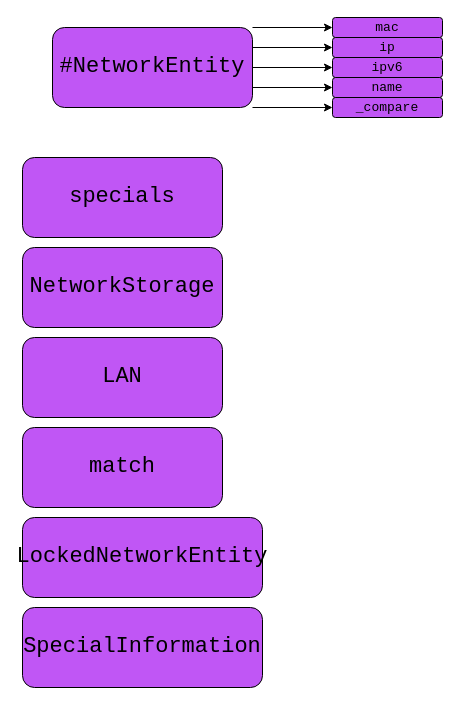
Before: Scanner/drawio-diagrams/NetworkStorage.drawio in ShZil/network-utilities, a draw.io diagram. Source tidied: cells renumbered, new cells numbered last; positions are measured from the earlier drawing's top-left corner, leaving out a move shared by most shapes. Both pictures are drawn from the tidied source at 100%, with x=0, y=0 at pixel (22, 17).
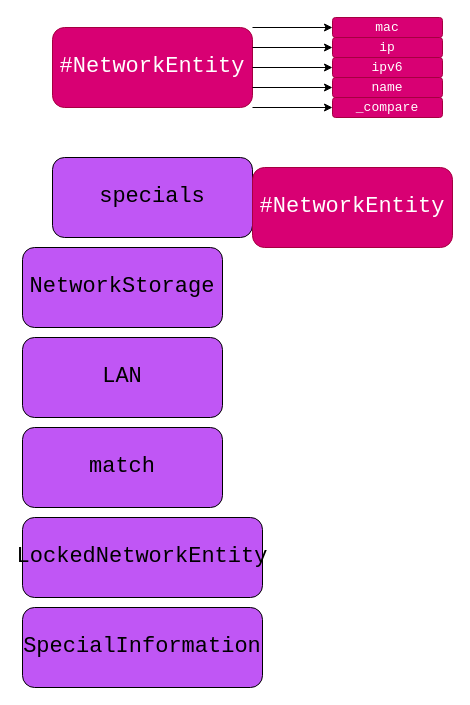
The same page after the edit.

Commit message (it also covers changes not shown here):
allow the router into specials

What changed in the source:
```diff
@@
 <mxGraphModel>
   <root>
     <mxCell id="0" />
     <mxCell id="1" parent="0" />
-    <mxCell id="2" value="#NetworkEntity" style="rounded=1;whiteSpace=wrap;html=1;fontFamily=Consolas;fontSize=22;fillColor=#C056F5;" parent="1" vertex="1">
+    <mxCell id="2" value="#NetworkEntity" style="rounded=1;whiteSpace=wrap;html=1;fontFamily=Consolas;fontSize=22;fillColor=#d80073;fontColor=#ffffff;strokeColor=#A50040;" parent="1" vertex="1">
       <mxGeometry x="30" y="10" width="200" height="80" as="geometry" />
     </mxCell>
     <mxCell id="3" style="endArrow=classic;html=1;fontSize=22;exitX=1;exitY=0;exitDx=0;exitDy=0;entryX=0;entryY=0.5;entryDx=0;entryDy=0;" parent="1" edge="1" source="2" target="8">
       <mxGeometry relative="1" as="geometry" />
     </mxCell>
     <mxCell id="4" style="endArrow=classic;html=1;fontSize=22;exitX=1;exitY=0.25;exitDx=0;exitDy=0;entryX=0;entryY=0.5;entryDx=0;entryDy=0;" parent="1" edge="1" source="2" target="9">
       <mxGeometry relative="1" as="geometry" />
     </mxCell>
     <mxCell id="5" style="endArrow=classic;html=1;fontSize=22;exitX=1;exitY=0.5;exitDx=0;exitDy=0;entryX=0;entryY=0.5;entryDx=0;entryDy=0;" parent="1" edge="1" source="2" target="10">
       <mxGeometry relative="1" as="geometry" />
     </mxCell>
     <mxCell id="6" style="endArrow=classic;html=1;fontSize=22;exitX=1;exitY=0.75;exitDx=0;exitDy=0;entryX=0;entryY=0.5;entryDx=0;entryDy=0;" parent="1" edge="1" source="2" target="11">
       <mxGeometry relative="1" as="geometry" />
     </mxCell>
     <mxCell id="7" style="endArrow=classic;html=1;fontSize=22;exitX=1;exitY=1;exitDx=0;exitDy=0;entryX=0;entryY=0.5;entryDx=0;entryDy=0;entryPerimeter=0;" parent="1" edge="1" source="2" target="12">
       <mxGeometry relative="1" as="geometry" />
     </mxCell>
-    <mxCell id="8" value="mac" style="rounded=1;whiteSpace=wrap;html=1;fontFamily=Consolas;fontSize=13;fillColor=#C056F5;" parent="1" vertex="1">
+    <mxCell id="8" value="mac" style="rounded=1;whiteSpace=wrap;html=1;fontFamily=Consolas;fontSize=13;fillColor=#d80073;fontColor=#ffffff;strokeColor=#A50040;" parent="1" vertex="1">
       <mxGeometry x="310" width="110" height="20" as="geometry" />
     </mxCell>
-    <mxCell id="9" value="ip" style="rounded=1;whiteSpace=wrap;html=1;fontFamily=Consolas;fontSize=13;fillColor=#C056F5;" parent="1" vertex="1">
+    <mxCell id="9" value="ip" style="rounded=1;whiteSpace=wrap;html=1;fontFamily=Consolas;fontSize=13;fillColor=#d80073;fontColor=#ffffff;strokeColor=#A50040;" parent="1" vertex="1">
       <mxGeometry x="310" y="20" width="110" height="20" as="geometry" />
     </mxCell>
-    <mxCell id="10" value="ipv6" style="rounded=1;whiteSpace=wrap;html=1;fontFamily=Consolas;fontSize=13;fillColor=#C056F5;" parent="1" vertex="1">
+    <mxCell id="10" value="ipv6" style="rounded=1;whiteSpace=wrap;html=1;fontFamily=Consolas;fontSize=13;fillColor=#d80073;fontColor=#ffffff;strokeColor=#A50040;" parent="1" vertex="1">
       <mxGeometry x="310" y="40" width="110" height="20" as="geometry" />
     </mxCell>
-    <mxCell id="11" value="name" style="rounded=1;whiteSpace=wrap;html=1;fontFamily=Consolas;fontSize=13;fillColor=#C056F5;" parent="1" vertex="1">
+    <mxCell id="11" value="name" style="rounded=1;whiteSpace=wrap;html=1;fontFamily=Consolas;fontSize=13;fillColor=#d80073;fontColor=#ffffff;strokeColor=#A50040;" parent="1" vertex="1">
       <mxGeometry x="310" y="60" width="110" height="20" as="geometry" />
     </mxCell>
-    <mxCell id="12" value="_compare" style="rounded=1;whiteSpace=wrap;html=1;fontFamily=Consolas;fontSize=13;fillColor=#C056F5;" parent="1" vertex="1">
+    <mxCell id="12" value="_compare" style="rounded=1;whiteSpace=wrap;html=1;fontFamily=Consolas;fontSize=13;fillColor=#d80073;fontColor=#ffffff;strokeColor=#A50040;" parent="1" vertex="1">
       <mxGeometry x="310" y="80" width="110" height="20" as="geometry" />
     </mxCell>
     <mxCell id="13" value="specials" style="rounded=1;whiteSpace=wrap;html=1;fontFamily=Consolas;fontSize=22;fillColor=#C056F5;" parent="1" vertex="1">
-      <mxGeometry y="140" width="200" height="80" as="geometry" />
+      <mxGeometry x="30" y="140" width="200" height="80" as="geometry" />
     </mxCell>
     <mxCell id="14" value="NetworkStorage" style="rounded=1;whiteSpace=wrap;html=1;fontFamily=Consolas;fontSize=22;fillColor=#C056F5;" parent="1" vertex="1">
       <mxGeometry y="230" width="200" height="80" as="geometry" />
     </mxCell>
     <mxCell id="15" value="LAN" style="rounded=1;whiteSpace=wrap;html=1;fontFamily=Consolas;fontSize=22;fillColor=#C056F5;" parent="1" vertex="1">
       <mxGeometry y="320" width="200" height="80" as="geometry" />
     </mxCell>
     <mxCell id="16" value="match" style="rounded=1;whiteSpace=wrap;html=1;fontFamily=Consolas;fontSize=22;fillColor=#C056F5;" parent="1" vertex="1">
       <mxGeometry y="410" width="200" height="80" as="geometry" />
     </mxCell>
     <mxCell id="17" value="LockedNetworkEntity" style="rounded=1;whiteSpace=wrap;html=1;fontFamily=Consolas;fontSize=22;fillColor=#C056F5;" parent="1" vertex="1">
       <mxGeometry y="500" width="240" height="80" as="geometry" />
     </mxCell>
     <mxCell id="18" value="SpecialInformation" style="rounded=1;whiteSpace=wrap;html=1;fontFamily=Consolas;fontSize=22;fillColor=#C056F5;" parent="1" vertex="1">
       <mxGeometry y="590" width="240" height="80" as="geometry" />
     </mxCell>
+    <mxCell id="19" value="#NetworkEntity" style="rounded=1;whiteSpace=wrap;html=1;fontFamily=Consolas;fontSize=22;fillColor=#d80073;fontColor=#ffffff;strokeColor=#A50040;" parent="1" vertex="1">
+      <mxGeometry x="230" y="150" width="200" height="80" as="geometry" />
+    </mxCell>
   </root>
 </mxGraphModel>
```
